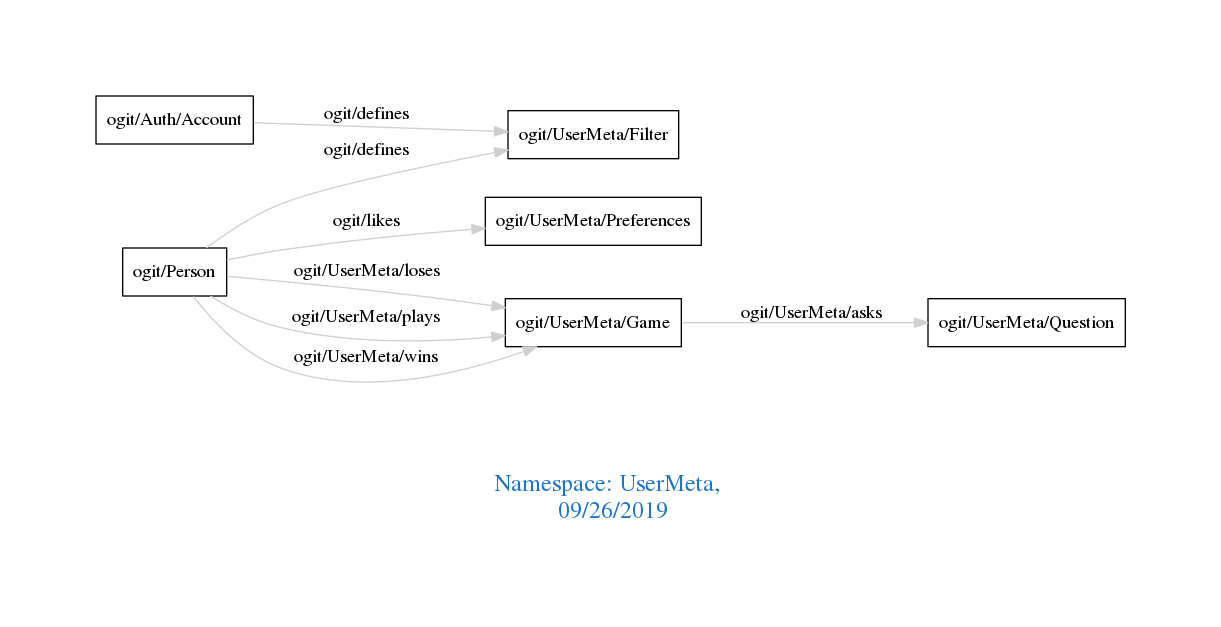
This is downloads/UserMeta.png from arago/OGIT, a Graphviz export, as it was before one commit. Its source is kept beside it as downloads/UserMeta.dot.
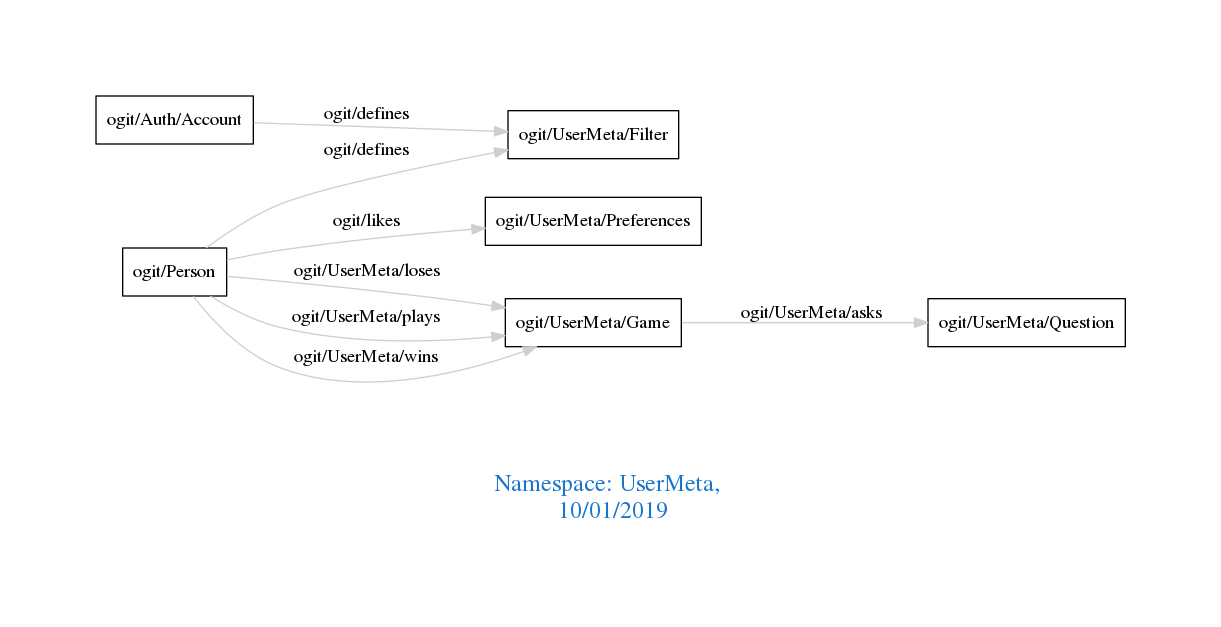
Later version of the same file.

Diff of the diagram source:
```diff
@@ -1,7 +1,7 @@
 digraph OGIT_ontology {
  graph [ rankdir= LR,pad=1
 fontsize = 18,
-fontcolor= dodgerblue3,label = "\n\n\nNamespace: UserMeta, \n 09/26/2019"];
+fontcolor= dodgerblue3,label = "\n\n\nNamespace: UserMeta, \n 10/01/2019"];
 node[shape=polygon];
 edge [  color="gray81"];
 
```
